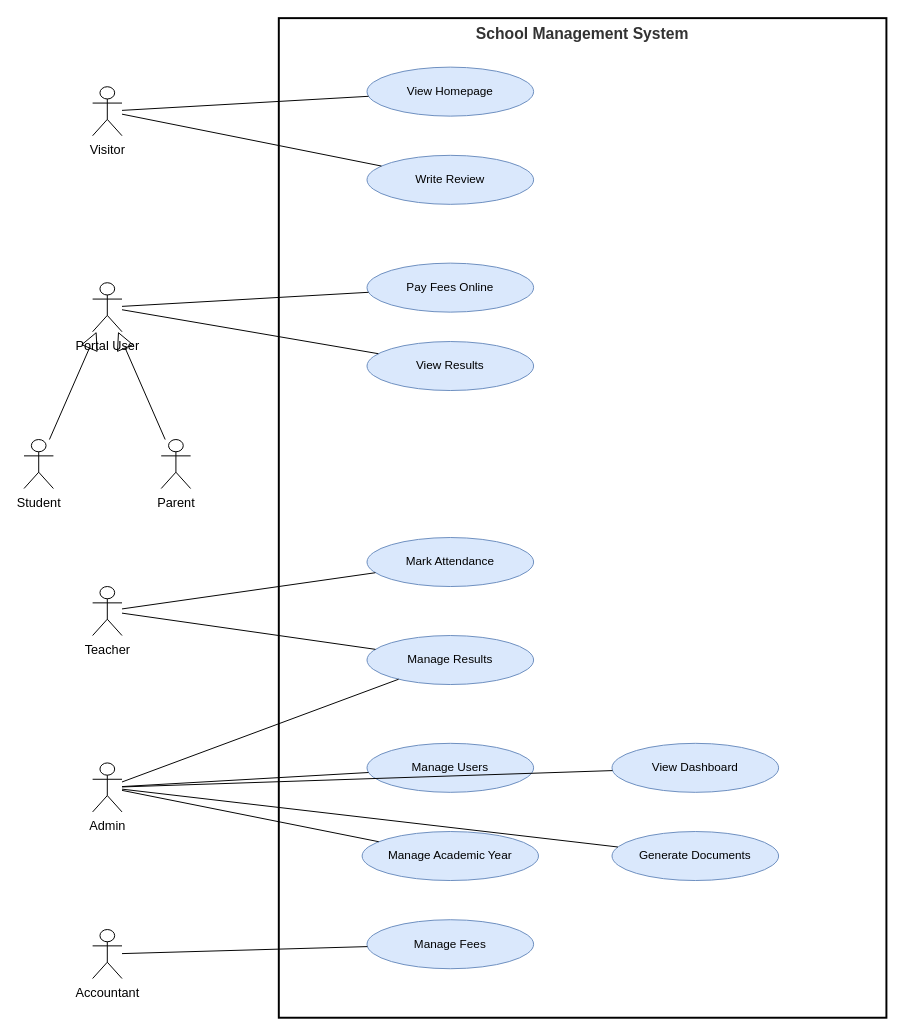
This is design/use-case-diagram.drawio from blissed-out/cse_220_week_8, a draw.io file, before an edit. Source tidied: cells renumbered, new cells numbered last; positions are measured from the earlier drawing's top-left corner, leaving out a move shared by most shapes. Both pictures are drawn from the tidied source at 98%, with x=0, y=0 at pixel (24, 18).
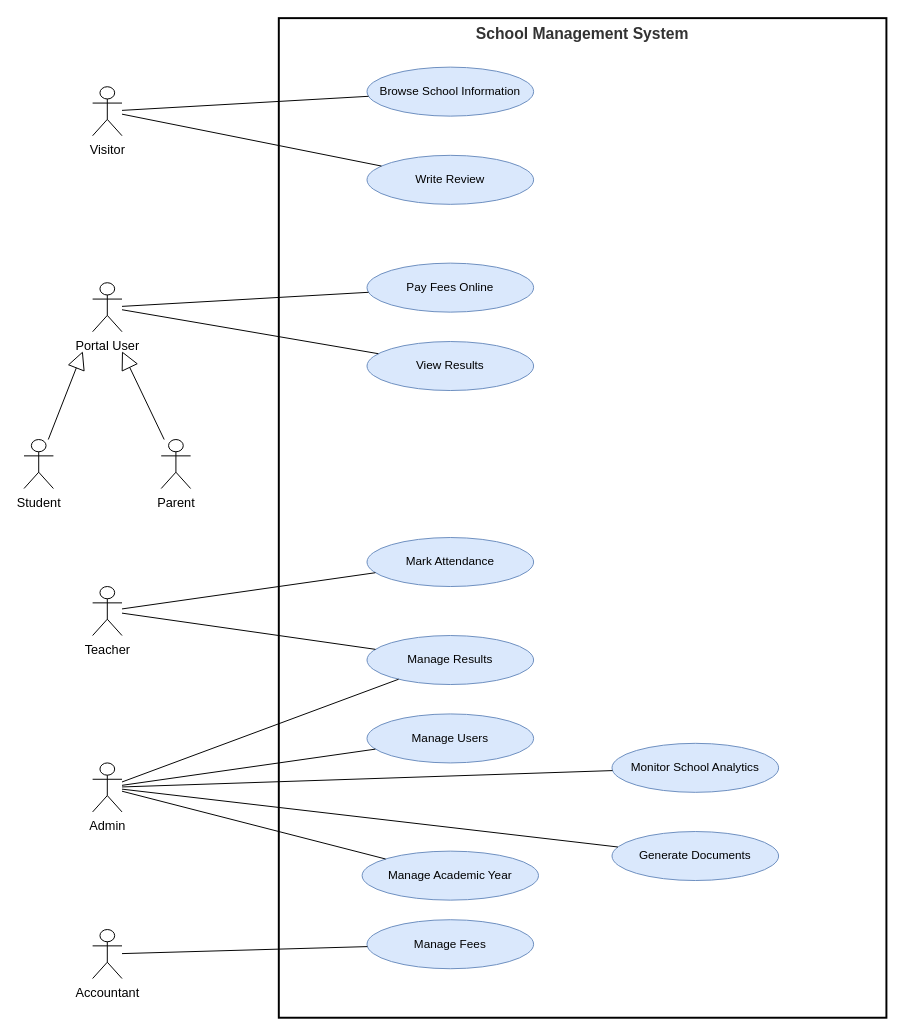
The same diagram, later.

Commit message (it also covers changes not shown here):
refactor(design): fix UML syntax in use case diagram with actor generalization

Unchanged cells that the change refers to:
```xml
<mxCell id="4" value="Portal User" style="shape=umlActor;verticalLabelPosition=bottom;verticalAlign=top;html=1;outlineConnect=0;fontSize=13;strokeColor=default;" parent="1" vertex="1">
  <mxGeometry x="70" y="270" width="30" height="50" as="geometry" />
</mxCell>
<mxCell id="5" value="Student" style="shape=umlActor;verticalLabelPosition=bottom;verticalAlign=top;html=1;outlineConnect=0;fontSize=13;strokeColor=default;" parent="1" vertex="1">
  <mxGeometry y="430" width="30" height="50" as="geometry" />
</mxCell>
<mxCell id="6" value="Parent" style="shape=umlActor;verticalLabelPosition=bottom;verticalAlign=top;html=1;outlineConnect=0;fontSize=13;strokeColor=default;" parent="1" vertex="1">
  <mxGeometry x="140" y="430" width="30" height="50" as="geometry" />
</mxCell>
```

The edit, as a diff of the source:
```diff
@@
-    <mxCell id="10" value="View Homepage" style="ellipse;shape=ellipse;html=1;fillColor=#DAE8FC;strokeColor=#6C8EBF;fontSize=12;whiteSpace=wrap;" parent="1" vertex="1">
+    <mxCell id="10" value="Browse School Information" style="ellipse;shape=ellipse;html=1;fillColor=#DAE8FC;strokeColor=#6C8EBF;fontSize=12;whiteSpace=wrap;" parent="1" vertex="1">
       <mxGeometry x="350" y="50" width="170" height="50" as="geometry" />
     </mxCell>
@@
     <mxCell id="16" value="Manage Users" style="ellipse;shape=ellipse;html=1;fillColor=#DAE8FC;strokeColor=#6C8EBF;fontSize=12;whiteSpace=wrap;" parent="1" vertex="1">
-      <mxGeometry x="350" y="740" width="170" height="50" as="geometry" />
+      <mxGeometry x="350" y="710" width="170" height="50" as="geometry" />
     </mxCell>
-    <mxCell id="17" value="View Dashboard" style="ellipse;shape=ellipse;html=1;fillColor=#DAE8FC;strokeColor=#6C8EBF;fontSize=12;whiteSpace=wrap;" parent="1" vertex="1">
+    <mxCell id="17" value="Monitor School Analytics" style="ellipse;shape=ellipse;html=1;fillColor=#DAE8FC;strokeColor=#6C8EBF;fontSize=12;whiteSpace=wrap;" parent="1" vertex="1">
       <mxGeometry x="600" y="740" width="170" height="50" as="geometry" />
     </mxCell>
     <mxCell id="18" value="Manage Academic Year" style="ellipse;shape=ellipse;html=1;fillColor=#DAE8FC;strokeColor=#6C8EBF;fontSize=12;whiteSpace=wrap;" parent="1" vertex="1">
-      <mxGeometry x="345" y="830" width="180" height="50" as="geometry" />
+      <mxGeometry x="345" y="850" width="180" height="50" as="geometry" />
     </mxCell>
@@
-    <mxCell id="25" style="rounded=0;jettySize=auto;html=1;endArrow=block;endFill=0;endSize=16;strokeColor=default;" parent="1" edge="1" source="5" target="4">
-      <mxGeometry relative="1" as="geometry" />
+    <mxCell id="25" style="rounded=0;jettySize=auto;html=1;endArrow=block;endFill=0;endSize=16;strokeColor=default;" parent="1" edge="1" source="5">
+      <mxGeometry relative="1" as="geometry">
+        <mxPoint x="60" y="340" as="targetPoint" />
+      </mxGeometry>
     </mxCell>
-    <mxCell id="26" style="rounded=0;jettySize=auto;html=1;endArrow=block;endFill=0;endSize=16;strokeColor=default;" parent="1" edge="1" source="6" target="4">
-      <mxGeometry relative="1" as="geometry" />
+    <mxCell id="26" style="rounded=0;jettySize=auto;html=1;endArrow=block;endFill=0;endSize=16;strokeColor=default;" parent="1" edge="1" source="6">
+      <mxGeometry relative="1" as="geometry">
+        <mxPoint x="100" y="340" as="targetPoint" />
+      </mxGeometry>
     </mxCell>
```
